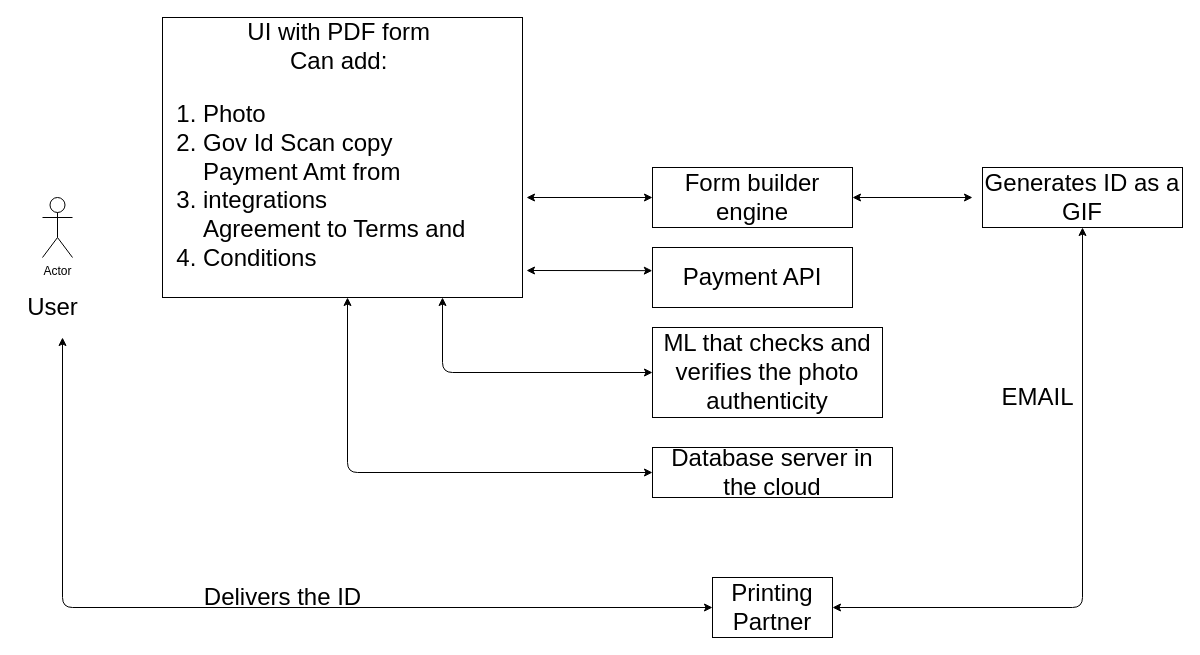
Before: AutovsManual2.drawio in chauchausoup/inventory, a draw.io diagram. Source tidied: cells renumbered, new cells numbered last; positions are measured from the earlier drawing's top-left corner, leaving out a move shared by most shapes. Both pictures are drawn from the tidied source at 100%, with x=0, y=0 at pixel (17, 17).
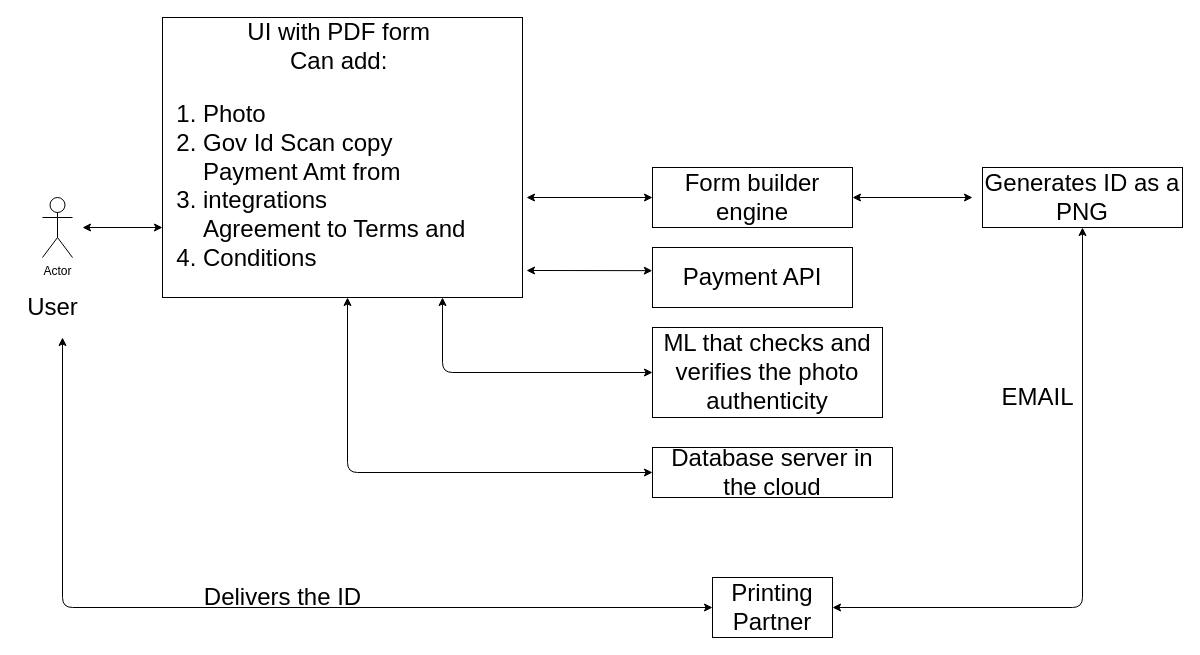
After the change.

Unchanged cells that the change refers to:
```xml
<mxCell id="2" value="&lt;font style=&quot;font-size: 24px&quot;&gt;UI with PDF form&amp;nbsp;&lt;br&gt;Can add:&amp;nbsp;&lt;br&gt;&lt;div style=&quot;text-align: left&quot;&gt;&lt;ol&gt;&lt;li&gt;&lt;font&gt;&lt;div style=&quot;text-align: left&quot;&gt;&lt;span&gt;Photo&lt;/span&gt;&lt;/div&gt;&lt;/font&gt;&lt;/li&gt;&lt;li&gt;&lt;font&gt;&lt;div style=&quot;text-align: left&quot;&gt;&lt;span&gt;Gov Id Scan copy&lt;/span&gt;&lt;/div&gt;&lt;/font&gt;&lt;/li&gt;&lt;li&gt;&lt;font&gt;&lt;div style=&quot;text-align: left&quot;&gt;&lt;span&gt;Payment Amt from integrations&lt;/span&gt;&lt;/div&gt;&lt;/font&gt;&lt;/li&gt;&lt;li&gt;&lt;font&gt;&lt;div style=&quot;text-align: left&quot;&gt;Agreement to Terms and Conditions&lt;/div&gt;&lt;/font&gt;&lt;/li&gt;&lt;/ol&gt;&lt;/div&gt;&lt;/font&gt;" style="rounded=0;whiteSpace=wrap;html=1;" parent="1" vertex="1">
  <mxGeometry x="145" width="360" height="280" as="geometry" />
</mxCell>
```

Diff of the diagram source:
```diff
@@
-    <mxCell id="14" value="&lt;font style=&quot;font-size: 24px&quot;&gt;Generates ID as a GIF&lt;/font&gt;" style="rounded=0;whiteSpace=wrap;html=1;" parent="1" vertex="1">
+    <mxCell id="14" value="&lt;font style=&quot;font-size: 24px&quot;&gt;Generates ID as a PNG&lt;/font&gt;" style="rounded=0;whiteSpace=wrap;html=1;" parent="1" vertex="1">
       <mxGeometry x="965" y="150" width="200" height="60" as="geometry" />
     </mxCell>
@@
+    <mxCell id="20" style="endArrow=classic;startArrow=classic;html=1;entryX=0;entryY=0.75;entryDx=0;entryDy=0;" parent="1" edge="1" target="2">
+      <mxGeometry relative="1" as="geometry">
+        <mxPoint x="65" y="210" as="sourcePoint" />
+      </mxGeometry>
+    </mxCell>
```
